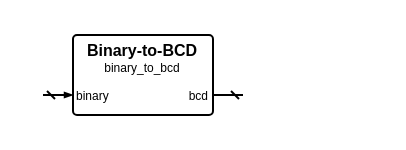
Earlier version of the draw.io diagram sources/encoding/bcd/binary_to_bcd.symbol.drawio (Louis-DR/OmniCores-BuildingBlocks). Source tidied: cells renumbered, new cells numbered last; positions are measured from the earlier drawing's top-left corner, leaving out a move shared by most shapes. Both pictures are drawn from the tidied source at 200%, with x=0, y=0 at pixel (42, 34).
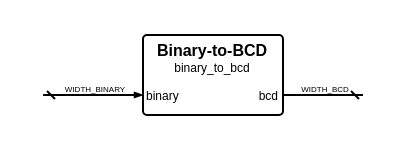
The same page after the edit.

The edit, as a diff of the source:
```diff
@@
 <mxGraphModel>
   <root>
     <mxCell id="0" />
     <mxCell id="1" parent="0" />
     <mxCell id="2" style="group;" parent="1" vertex="1">
-      <mxGeometry width="100" height="40" as="geometry" />
+      <mxGeometry width="160" height="40" as="geometry" />
     </mxCell>
     <mxCell id="3" style="rounded=1;arcSize=5;fillColor=none;strokeWidth=1;strokeColor=black;whiteSpace=wrap;html=1;" parent="2" vertex="1">
-      <mxGeometry x="15" width="70" height="40" as="geometry" />
+      <mxGeometry x="50" width="70" height="40" as="geometry" />
     </mxCell>
     <mxCell id="4" value="Binary-to-BCD" style="text;html=1;align=center;verticalAlign=middle;whiteSpace=wrap;rounded=0;fontSize=8;fontStyle=1;fontColor=black;" parent="2" vertex="1">
-      <mxGeometry x="15" y="7" width="70" as="geometry" />
+      <mxGeometry x="50" y="7" width="70" as="geometry" />
     </mxCell>
     <mxCell id="5" value="binary_to_bcd" style="text;html=1;align=center;verticalAlign=middle;whiteSpace=wrap;rounded=0;fontSize=6;fontStyle=0;fontColor=black;" parent="2" vertex="1">
-      <mxGeometry x="15" y="16" width="70" as="geometry" />
+      <mxGeometry x="50" y="16" width="70" as="geometry" />
     </mxCell>
     <mxCell id="6" value="binary" style="text;html=1;align=left;verticalAlign=middle;whiteSpace=wrap;rounded=0;fontSize=6;fontStyle=0;fontColor=black;" parent="2" vertex="1">
-      <mxGeometry x="15" y="30" width="70" as="geometry" />
+      <mxGeometry x="50" y="30" width="70" as="geometry" />
     </mxCell>
     <mxCell id="7" style="html=1;rounded=1;strokeWidth=1;strokeColor=black;startFill=0;startSize=2;startArrow=dash;endFill=1;endSize=2;endArrow=blockThin;sourcePerimeterSpacing=0;" parent="2" edge="1">
       <mxGeometry relative="1" as="geometry">
         <mxPoint y="30" as="sourcePoint" />
-        <mxPoint x="15" y="30" as="targetPoint" />
+        <mxPoint x="50" y="30" as="targetPoint" />
       </mxGeometry>
     </mxCell>
+    <mxCell id="10" value="WIDTH_BINARY" style="text;html=1;align=center;verticalAlign=middle;whiteSpace=nowrap;rounded=0;fontSize=4;fontStyle=0;fontColor=black;" parent="2" vertex="1">
+      <mxGeometry x="25" y="27" as="geometry" />
+    </mxCell>
     <mxCell id="8" value="bcd" style="text;html=1;align=right;verticalAlign=middle;whiteSpace=wrap;rounded=0;fontSize=6;fontStyle=0;fontColor=black;" parent="2" vertex="1">
-      <mxGeometry x="15" y="30" width="70" as="geometry" />
+      <mxGeometry x="50" y="30" width="70" as="geometry" />
     </mxCell>
     <mxCell id="9" style="html=1;rounded=1;strokeWidth=1;strokeColor=black;startFill=0;startSize=2;startArrow=dash;endFill=1;endSize=2;endArrow=none;sourcePerimeterSpacing=0;" parent="2" edge="1">
       <mxGeometry relative="1" as="geometry">
-        <mxPoint x="100" y="30" as="sourcePoint" />
-        <mxPoint x="85" y="30" as="targetPoint" />
+        <mxPoint x="160" y="30" as="sourcePoint" />
+        <mxPoint x="120" y="30" as="targetPoint" />
       </mxGeometry>
     </mxCell>
+    <mxCell id="11" value="WIDTH_BCD" style="text;html=1;align=center;verticalAlign=middle;whiteSpace=nowrap;rounded=0;fontSize=4;fontStyle=0;fontColor=black;" parent="2" vertex="1">
+      <mxGeometry x="140" y="27" as="geometry" />
+    </mxCell>
   </root>
 </mxGraphModel>
```
